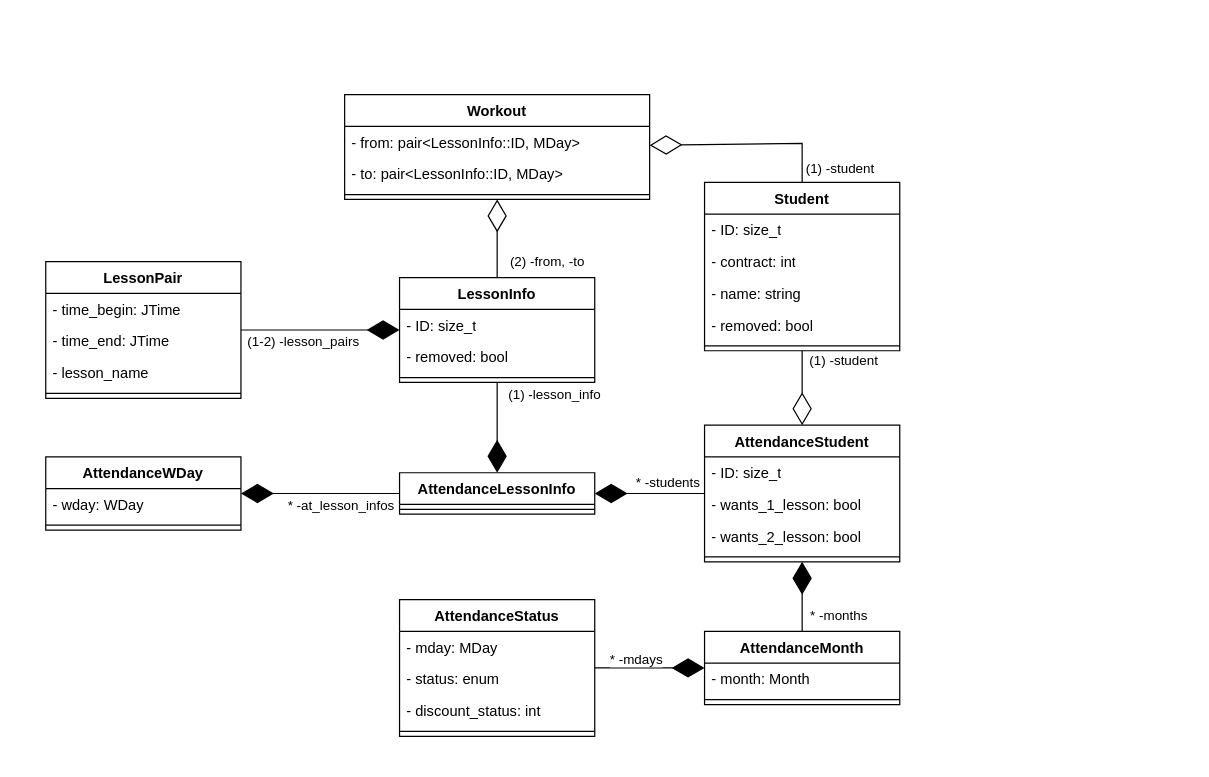
This is probe/UML.drawio from mpv-enjoyer/imgui_journal, a draw.io file, before an edit. Source tidied: cells renumbered, new cells numbered last; positions are measured from the earlier drawing's top-left corner, leaving out a move shared by most shapes. Both pictures are drawn from the tidied source at 122%, with x=0, y=0 at pixel (45, 94).
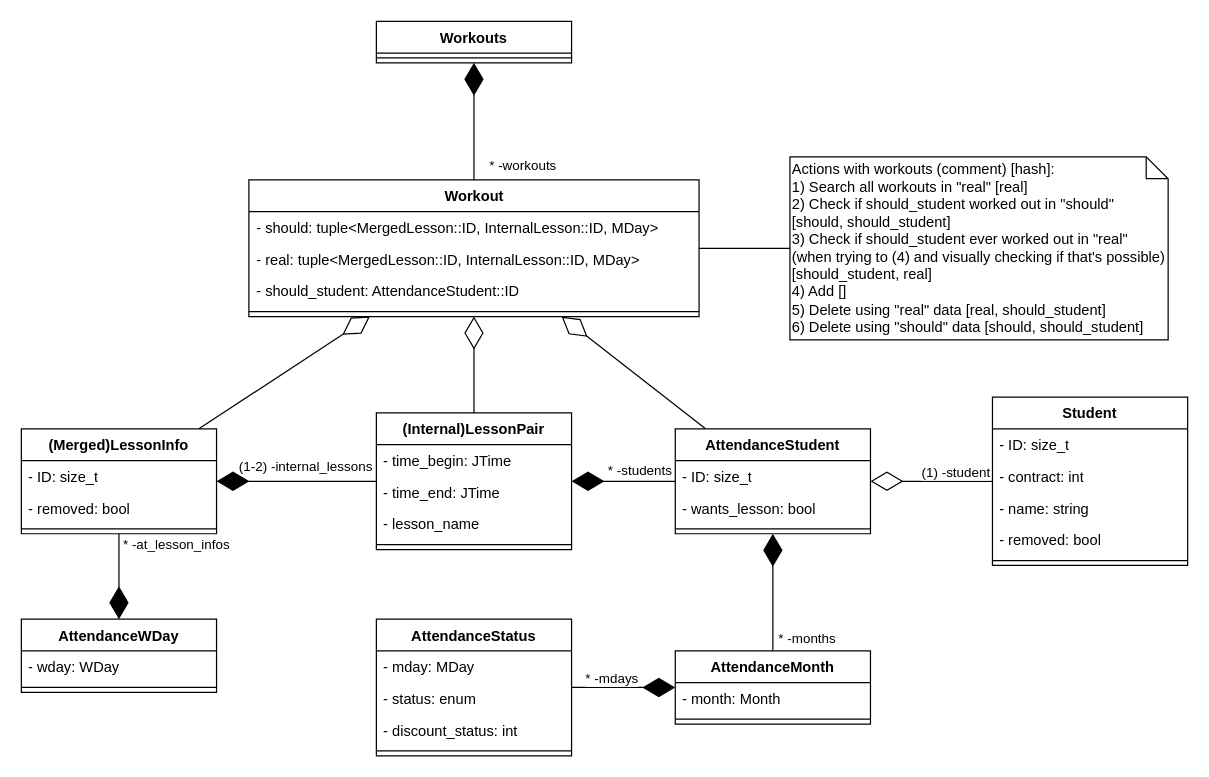
After the change.

Commit message:
Core model logic described in UML

The change refers to these unchanged cells:
```xml
<mxCell id="43" style="endArrow=diamondThin;endFill=0;endSize=24;html=1;rounded=0;" parent="1" edge="1" source="32" target="38">
  <mxGeometry relative="1" as="geometry" />
</mxCell>
<mxCell id="47" style="endArrow=diamondThin;endFill=1;endSize=24;html=1;rounded=0;" parent="1" edge="1" source="7" target="38">
  <mxGeometry relative="1" as="geometry" />
</mxCell>
```

Diff of the diagram source:
```diff
@@
     <mxCell id="2" value="AttendanceStatus" style="swimlane;fontStyle=1;align=center;verticalAlign=top;horizontal=1;startSize=26;whiteSpace=wrap;html=1;" parent="1" vertex="1">
-      <mxGeometry x="290" y="414" width="160" height="112" as="geometry" />
+      <mxGeometry x="271" y="430" width="160" height="112" as="geometry" />
     </mxCell>
@@
     <mxCell id="7" value="AttendanceMonth" style="swimlane;fontStyle=1;align=center;verticalAlign=top;horizontal=1;startSize=26;whiteSpace=wrap;html=1;" parent="1" vertex="1">
-      <mxGeometry x="540" y="440" width="160" height="60" as="geometry" />
+      <mxGeometry x="516" y="456" width="160" height="60" as="geometry" />
     </mxCell>
@@
     <mxCell id="12" value="AttendanceWDay" style="swimlane;fontStyle=1;align=center;verticalAlign=top;horizontal=1;startSize=26;whiteSpace=wrap;html=1;" parent="1" vertex="1">
-      <mxGeometry y="297" width="160" height="60" as="geometry" />
+      <mxGeometry x="-20" y="430" width="160" height="60" as="geometry" />
     </mxCell>
@@
-    <mxCell id="15" value="LessonInfo" style="swimlane;fontStyle=1;align=center;verticalAlign=top;horizontal=1;startSize=26;whiteSpace=wrap;html=1;" parent="1" vertex="1">
-      <mxGeometry x="290" y="150" width="160" height="86" as="geometry" />
-    </mxCell>
-    <mxCell id="16" value="- ID: size_t" style="text;strokeColor=none;fillColor=none;align=left;verticalAlign=top;spacingLeft=4;spacingRight=4;overflow=hidden;whiteSpace=wrap;html=1;" parent="15" vertex="1">
-      <mxGeometry y="26" width="160" height="26" as="geometry" />
-    </mxCell>
-    <mxCell id="17" value="- removed: bool" style="text;strokeColor=none;fillColor=none;align=left;verticalAlign=top;spacingLeft=4;spacingRight=4;overflow=hidden;whiteSpace=wrap;html=1;" parent="15" vertex="1">
-      <mxGeometry y="52" width="160" height="26" as="geometry" />
-    </mxCell>
-    <mxCell id="18" style="line;strokeWidth=1;fillColor=none;align=left;verticalAlign=middle;spacingTop=-1;spacingLeft=3;spacingRight=3;labelPosition=right;strokeColor=inherit;" parent="15" vertex="1">
-      <mxGeometry y="78" width="160" height="8" as="geometry" />
-    </mxCell>
-    <mxCell id="19" value="LessonPair" style="swimlane;fontStyle=1;align=center;verticalAlign=top;horizontal=1;startSize=26;whiteSpace=wrap;html=1;" parent="1" vertex="1">
-      <mxGeometry y="137" width="160" height="112" as="geometry" />
+    <mxCell id="19" value="(Internal)LessonPair" style="swimlane;fontStyle=1;align=center;verticalAlign=top;horizontal=1;startSize=26;whiteSpace=wrap;html=1;" parent="1" vertex="1">
+      <mxGeometry x="271" y="261" width="160" height="112" as="geometry" />
     </mxCell>
@@
-    <mxCell id="24" style="endArrow=diamondThin;endFill=1;endSize=24;html=1;rounded=0;" parent="1" edge="1" source="19" target="15">
+    <mxCell id="24" style="endArrow=diamondThin;endFill=1;endSize=24;html=1;rounded=0;" parent="1" edge="1" source="19" target="58">
       <mxGeometry relative="1" as="geometry" />
     </mxCell>
-    <mxCell id="25" value="(1-2) -lesson_pairs" style="edgeLabel;html=1;align=center;verticalAlign=middle;" parent="24" vertex="1">
+    <mxCell id="25" value="(1-2) -internal_lessons" style="edgeLabel;html=1;align=center;verticalAlign=middle;" parent="24" vertex="1">
       <mxGeometry x="-0.73" y="2" relative="1" as="geometry">
-        <mxPoint x="32" y="11" as="offset" />
+        <mxPoint x="-41" y="-15" as="offset" />
       </mxGeometry>
     </mxCell>
-    <mxCell id="26" style="endArrow=diamondThin;endFill=1;endSize=24;html=1;rounded=0;" parent="1" edge="1" source="15" target="28">
-      <mxGeometry relative="1" as="geometry" />
-    </mxCell>
-    <mxCell id="27" value="(1) -lesson_info" style="edgeLabel;html=1;align=center;verticalAlign=middle;" parent="26" vertex="1">
-      <mxGeometry x="-0.67" relative="1" as="geometry">
-        <mxPoint x="46" y="-3" as="offset" />
-      </mxGeometry>
-    </mxCell>
-    <mxCell id="28" value="AttendanceLessonInfo" style="swimlane;fontStyle=1;align=center;verticalAlign=top;horizontal=1;startSize=26;whiteSpace=wrap;html=1;" parent="1" vertex="1">
-      <mxGeometry x="290" y="310" width="160" height="34" as="geometry" />
-    </mxCell>
-    <mxCell id="29" style="line;strokeWidth=1;fillColor=none;align=left;verticalAlign=middle;spacingTop=-1;spacingLeft=3;spacingRight=3;labelPosition=right;strokeColor=inherit;" parent="28" vertex="1">
-      <mxGeometry y="26" width="160" height="8" as="geometry" />
-    </mxCell>
-    <mxCell id="30" style="endArrow=diamondThin;endFill=1;endSize=24;html=1;rounded=0;" parent="1" edge="1" source="28" target="12">
+    <mxCell id="30" style="endArrow=diamondThin;endFill=1;endSize=24;html=1;rounded=0;" parent="1" edge="1" source="58" target="12">
       <mxGeometry relative="1" as="geometry" />
     </mxCell>
     <mxCell id="31" value="* -at_lesson_infos" style="edgeLabel;html=1;align=center;verticalAlign=middle;" parent="30" vertex="1">
       <mxGeometry x="-0.76" y="4" relative="1" as="geometry">
-        <mxPoint x="-33" y="5" as="offset" />
+        <mxPoint x="42" as="offset" />
       </mxGeometry>
     </mxCell>
     <mxCell id="32" value="Student" style="swimlane;fontStyle=1;align=center;verticalAlign=top;horizontal=1;startSize=26;whiteSpace=wrap;html=1;" parent="1" vertex="1">
-      <mxGeometry x="540" y="72" width="160" height="138" as="geometry" />
+      <mxGeometry x="776" y="248" width="160" height="138" as="geometry" />
     </mxCell>
@@
     <mxCell id="38" value="AttendanceStudent" style="swimlane;fontStyle=1;align=center;verticalAlign=top;horizontal=1;startSize=26;whiteSpace=wrap;html=1;" parent="1" vertex="1">
-      <mxGeometry x="540" y="271" width="160" height="112" as="geometry" />
+      <mxGeometry x="516" y="274" width="160" height="86" as="geometry" />
     </mxCell>
@@
-    <mxCell id="40" value="- wants_1_lesson: bool" style="text;strokeColor=none;fillColor=none;align=left;verticalAlign=top;spacingLeft=4;spacingRight=4;overflow=hidden;whiteSpace=wrap;html=1;" parent="38" vertex="1">
+    <mxCell id="40" value="- wants_lesson: bool" style="text;strokeColor=none;fillColor=none;align=left;verticalAlign=top;spacingLeft=4;spacingRight=4;overflow=hidden;whiteSpace=wrap;html=1;" parent="38" vertex="1">
       <mxGeometry y="52" width="160" height="26" as="geometry" />
     </mxCell>
-    <mxCell id="41" value="- wants_2_lesson: bool" style="text;strokeColor=none;fillColor=none;align=left;verticalAlign=top;spacingLeft=4;spacingRight=4;overflow=hidden;whiteSpace=wrap;html=1;" parent="38" vertex="1">
-      <mxGeometry y="78" width="160" height="26" as="geometry" />
-    </mxCell>
     <mxCell id="42" style="line;strokeWidth=1;fillColor=none;align=left;verticalAlign=middle;spacingTop=-1;spacingLeft=3;spacingRight=3;labelPosition=right;strokeColor=inherit;" parent="38" vertex="1">
-      <mxGeometry y="104" width="160" height="8" as="geometry" />
+      <mxGeometry y="78" width="160" height="8" as="geometry" />
     </mxCell>
@@
     <mxCell id="44" value="(1) -student" style="edgeLabel;html=1;align=center;verticalAlign=middle;" parent="43" vertex="1">
       <mxGeometry x="-0.78" relative="1" as="geometry">
-        <mxPoint x="33" as="offset" />
+        <mxPoint x="-20" y="-8" as="offset" />
       </mxGeometry>
     </mxCell>
-    <mxCell id="45" style="endArrow=diamondThin;endFill=1;endSize=24;html=1;rounded=0;" parent="1" edge="1" source="38" target="28">
+    <mxCell id="45" style="endArrow=diamondThin;endFill=1;endSize=24;html=1;rounded=0;" parent="1" edge="1" source="38" target="19">
       <mxGeometry relative="1" as="geometry" />
     </mxCell>
     <mxCell id="46" value="* -students" style="edgeLabel;html=1;align=center;verticalAlign=middle;" parent="45" vertex="1">
       <mxGeometry x="-0.31" y="1" relative="1" as="geometry">
-        <mxPoint y="-11" as="offset" />
+        <mxPoint x="-1" y="-11" as="offset" />
       </mxGeometry>
     </mxCell>
@@
     <mxCell id="48" value="* -months" style="edgeLabel;html=1;align=center;verticalAlign=middle;rotation=0;" parent="47" vertex="1">
       <mxGeometry x="-0.76" y="-2" relative="1" as="geometry">
-        <mxPoint x="27" y="-7" as="offset" />
+        <mxPoint x="25" y="1" as="offset" />
       </mxGeometry>
     </mxCell>
     <mxCell id="49" value="Workout" style="swimlane;fontStyle=1;align=center;verticalAlign=top;horizontal=1;startSize=26;whiteSpace=wrap;html=1;" parent="1" vertex="1">
-      <mxGeometry x="245" width="250" height="86" as="geometry" />
+      <mxGeometry x="166.5" y="70" width="369" height="112" as="geometry" />
     </mxCell>
-    <mxCell id="50" value="- from&lt;span style=&quot;background-color: transparent; color: light-dark(rgb(0, 0, 0), rgb(255, 255, 255));&quot;&gt;: pair&amp;lt;LessonInfo::ID, MDay&amp;gt;&lt;/span&gt;" style="text;strokeColor=none;fillColor=none;align=left;verticalAlign=top;spacingLeft=4;spacingRight=4;overflow=hidden;whiteSpace=wrap;html=1;" parent="49" vertex="1">
-      <mxGeometry y="26" width="250" height="26" as="geometry" />
+    <mxCell id="50" value="- should&lt;span style=&quot;background-color: transparent; color: light-dark(rgb(0, 0, 0), rgb(255, 255, 255));&quot;&gt;: tuple&amp;lt;MergedLesson::ID, InternalLesson::ID, MDay&amp;gt;&lt;/span&gt;" style="text;strokeColor=none;fillColor=none;align=left;verticalAlign=top;spacingLeft=4;spacingRight=4;overflow=hidden;whiteSpace=wrap;html=1;" parent="49" vertex="1">
+      <mxGeometry y="26" width="369" height="26" as="geometry" />
     </mxCell>
-    <mxCell id="51" value="- to: pair&amp;lt;LessonInfo::ID, MDay&amp;gt;" style="text;strokeColor=none;fillColor=none;align=left;verticalAlign=top;spacingLeft=4;spacingRight=4;overflow=hidden;whiteSpace=wrap;html=1;" parent="49" vertex="1">
-      <mxGeometry y="52" width="250" height="26" as="geometry" />
+    <mxCell id="51" value="- real&lt;span style=&quot;color: light-dark(rgb(0, 0, 0), rgb(255, 255, 255)); background-color: transparent;&quot;&gt;: tuple&amp;lt;MergedLesson::ID, InternalLesson::ID, MDay&amp;gt;&lt;/span&gt;" style="text;strokeColor=none;fillColor=none;align=left;verticalAlign=top;spacingLeft=4;spacingRight=4;overflow=hidden;whiteSpace=wrap;html=1;" parent="49" vertex="1">
+      <mxGeometry y="52" width="369" height="26" as="geometry" />
     </mxCell>
+    <mxCell id="57" value="- should_student: AttendanceStudent::ID" style="text;strokeColor=none;fillColor=none;align=left;verticalAlign=top;spacingLeft=4;spacingRight=4;overflow=hidden;whiteSpace=wrap;html=1;" parent="49" vertex="1">
+      <mxGeometry y="78" width="369" height="26" as="geometry" />
+    </mxCell>
     <mxCell id="52" style="line;strokeWidth=1;fillColor=none;align=left;verticalAlign=middle;spacingTop=-1;spacingLeft=3;spacingRight=3;labelPosition=right;strokeColor=inherit;" parent="49" vertex="1">
-      <mxGeometry y="78" width="250" height="8" as="geometry" />
+      <mxGeometry y="104" width="369" height="8" as="geometry" />
     </mxCell>
-    <mxCell id="53" style="endArrow=diamondThin;endFill=0;endSize=24;html=1;rounded=0;" parent="1" edge="1" source="32" target="49">
-      <mxGeometry relative="1" as="geometry">
-        <Array as="points">
-          <mxPoint x="620" y="40" />
-        </Array>
-      </mxGeometry>
-    </mxCell>
-    <mxCell id="54" value="(1) -student" style="edgeLabel;html=1;align=center;verticalAlign=middle;" parent="53" vertex="1">
-      <mxGeometry x="-0.78" relative="1" as="geometry">
-        <mxPoint x="30" y="5" as="offset" />
-      </mxGeometry>
-    </mxCell>
-    <mxCell id="55" style="endArrow=diamondThin;endFill=0;endSize=24;html=1;rounded=0;" parent="1" edge="1" source="15" target="49">
-      <mxGeometry relative="1" as="geometry" />
-    </mxCell>
-    <mxCell id="56" value="(2) -from, -to" style="edgeLabel;html=1;align=center;verticalAlign=middle;" parent="55" vertex="1">
-      <mxGeometry x="-0.56" y="-1" relative="1" as="geometry">
-        <mxPoint x="39" as="offset" />
-      </mxGeometry>
-    </mxCell>
+    <mxCell id="58" value="(Merged)LessonInfo" style="swimlane;fontStyle=1;align=center;verticalAlign=top;horizontal=1;startSize=26;whiteSpace=wrap;html=1;" parent="1" vertex="1">
+      <mxGeometry x="-20" y="274" width="160" height="86" as="geometry" />
+    </mxCell>
+    <mxCell id="16" value="- ID: size_t" style="text;strokeColor=none;fillColor=none;align=left;verticalAlign=top;spacingLeft=4;spacingRight=4;overflow=hidden;whiteSpace=wrap;html=1;" parent="58" vertex="1">
+      <mxGeometry y="26" width="160" height="26" as="geometry" />
+    </mxCell>
+    <mxCell id="17" value="- removed: bool" style="text;strokeColor=none;fillColor=none;align=left;verticalAlign=top;spacingLeft=4;spacingRight=4;overflow=hidden;whiteSpace=wrap;html=1;" parent="58" vertex="1">
+      <mxGeometry y="52" width="160" height="26" as="geometry" />
+    </mxCell>
+    <mxCell id="18" style="line;strokeWidth=1;fillColor=none;align=left;verticalAlign=middle;spacingTop=-1;spacingLeft=3;spacingRight=3;labelPosition=right;strokeColor=inherit;" parent="58" vertex="1">
+      <mxGeometry y="78" width="160" height="8" as="geometry" />
+    </mxCell>
+    <mxCell id="59" style="endArrow=diamondThin;endFill=0;endSize=24;html=1;rounded=0;" parent="1" edge="1" source="58" target="49">
+      <mxGeometry relative="1" as="geometry" />
+    </mxCell>
+    <mxCell id="60" style="endArrow=diamondThin;endFill=0;endSize=24;html=1;rounded=0;" parent="1" edge="1" source="19" target="49">
+      <mxGeometry relative="1" as="geometry" />
+    </mxCell>
+    <mxCell id="61" style="endArrow=diamondThin;endFill=0;endSize=24;html=1;rounded=0;" parent="1" edge="1" source="38" target="49">
+      <mxGeometry relative="1" as="geometry" />
+    </mxCell>
+    <mxCell id="62" style="edgeStyle=orthogonalEdgeStyle;rounded=0;jettySize=auto;html=1;endArrow=none;startFill=0;" parent="1" edge="1" source="63" target="49">
+      <mxGeometry relative="1" as="geometry" />
+    </mxCell>
+    <mxCell id="63" value="Actions with workouts (comment) [hash]:&lt;div&gt;1) Search all workouts in &quot;real&quot; [real]&lt;/div&gt;&lt;div&gt;2) Check if should_student worked out in &quot;should&quot; [should, should_student]&lt;/div&gt;&lt;div&gt;3) Check if should_student ever worked out in &quot;real&quot; (when trying to (4) and visually checking if that's possible) [should_student, real]&lt;/div&gt;&lt;div&gt;4) Add []&lt;/div&gt;&lt;div style=&quot;&quot;&gt;5) Delete using &quot;real&quot; data [real, should_student]&lt;/div&gt;&lt;div&gt;6) Delete using &quot;should&quot; data [should, should_student]&lt;/div&gt;" style="shape=note;size=18;whiteSpace=wrap;html=1;align=left;" parent="1" vertex="1">
+      <mxGeometry x="610" y="51" width="310" height="150" as="geometry" />
+    </mxCell>
+    <mxCell id="64" value="Workouts" style="swimlane;fontStyle=1;align=center;verticalAlign=top;horizontal=1;startSize=26;whiteSpace=wrap;html=1;" parent="1" vertex="1">
+      <mxGeometry x="271" y="-60" width="160" height="34" as="geometry" />
+    </mxCell>
+    <mxCell id="29" style="line;strokeWidth=1;fillColor=none;align=left;verticalAlign=middle;spacingTop=-1;spacingLeft=3;spacingRight=3;labelPosition=right;strokeColor=inherit;" parent="64" vertex="1">
+      <mxGeometry y="26" width="160" height="8" as="geometry" />
+    </mxCell>
+    <mxCell id="65" style="endArrow=diamondThin;endFill=1;endSize=24;html=1;rounded=0;" parent="1" edge="1" source="49" target="64">
+      <mxGeometry relative="1" as="geometry" />
+    </mxCell>
+    <mxCell id="66" value="* -workouts" style="edgeLabel;html=1;align=center;verticalAlign=middle;" parent="65" vertex="1">
+      <mxGeometry x="-0.76" y="4" relative="1" as="geometry">
+        <mxPoint x="43" y="-1" as="offset" />
+      </mxGeometry>
+    </mxCell>
```
